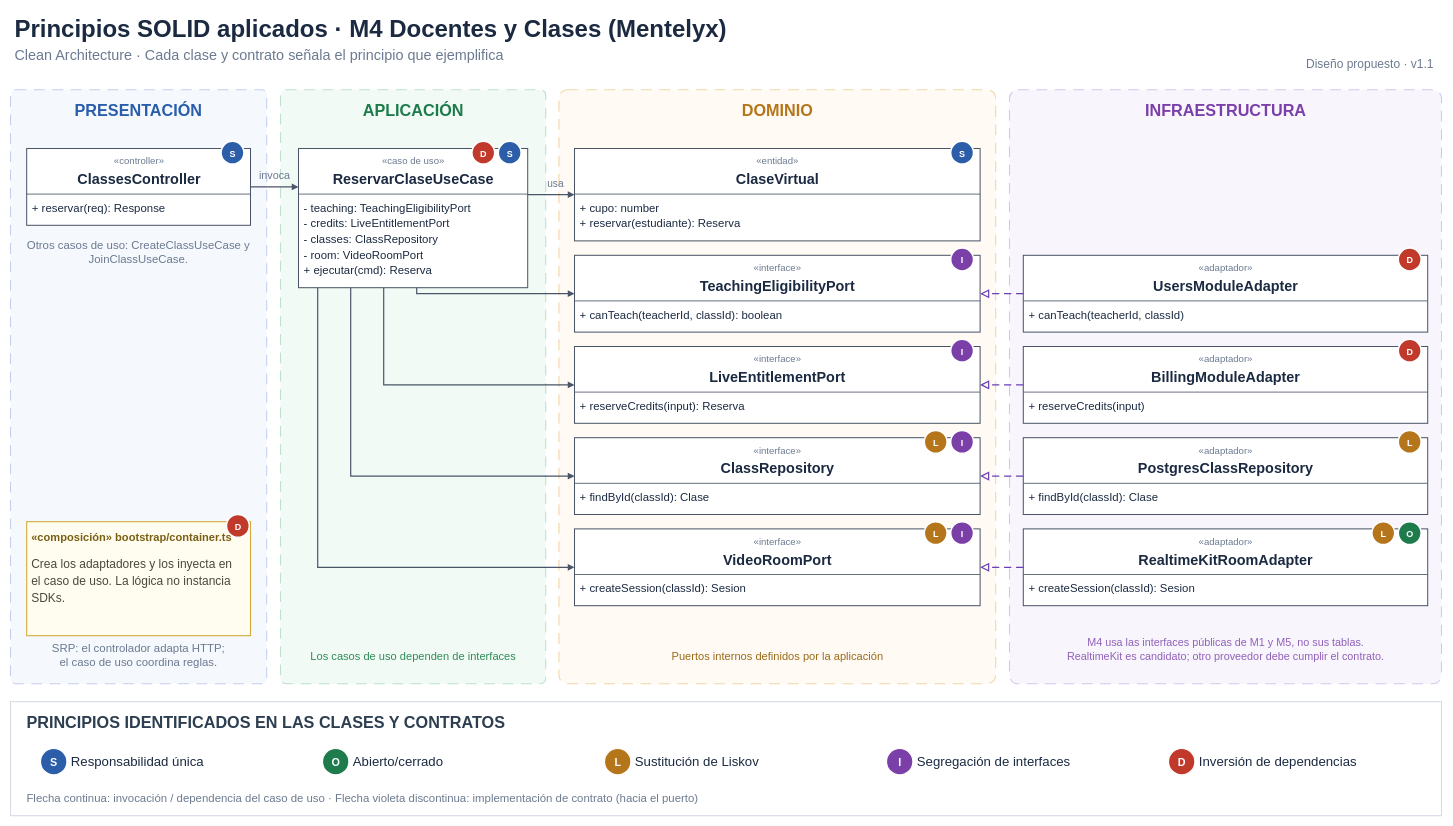
Earlier version of the draw.io diagram docs/img/fuente_drawio/principios-solid-m4.drawio (100robert/Mentelyx). Source tidied: cells renumbered, new cells numbered last; positions are measured from the earlier drawing's top-left corner, leaving out a move shared by most shapes. Both pictures are drawn from the tidied source at 60%, with x=0, y=0 at pixel (10, 10).
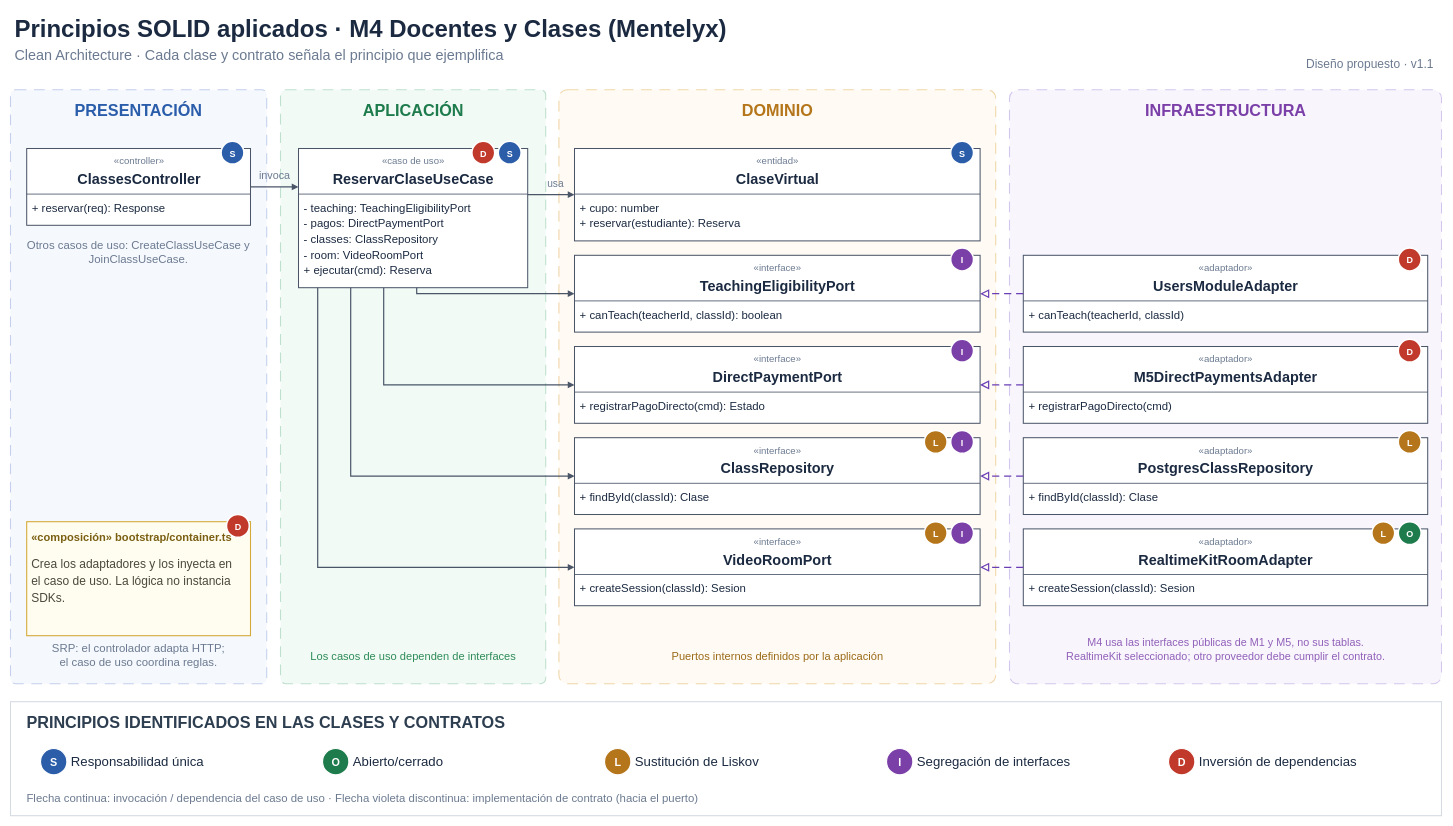
The same diagram, later.

Unchanged cells that the change refers to:
```xml
<mxCell id="13" style="rounded=0;arcSize=2;whiteSpace=wrap;html=1;fillColor=#FFFFFF;strokeColor=#4A5568;strokeWidth=1.7;fontFamily=Arial;align=center;verticalAlign=middle;spacingLeft=0;spacingRight=0;spacingTop=0;spacingBottom=0;" parent="1" vertex="1">
  <mxGeometry x="480" y="230" width="382" height="232" as="geometry" />
</mxCell>
<mxCell id="62" style="rounded=0;arcSize=2;whiteSpace=wrap;html=1;fillColor=#FFFFFF;strokeColor=#4A5568;strokeWidth=1.7;fontFamily=Arial;align=center;verticalAlign=middle;spacingLeft=0;spacingRight=0;spacingTop=0;spacingBottom=0;" parent="1" vertex="1">
  <mxGeometry x="940" y="560" width="676" height="128" as="geometry" />
</mxCell>
<mxCell id="102" style="rounded=0;arcSize=2;whiteSpace=wrap;html=1;fillColor=#FFFFFF;strokeColor=#4A5568;strokeWidth=1.7;fontFamily=Arial;align=center;verticalAlign=middle;spacingLeft=0;spacingRight=0;spacingTop=0;spacingBottom=0;" parent="1" vertex="1">
  <mxGeometry x="1688" y="560" width="674" height="128" as="geometry" />
</mxCell>
```

Diff of the diagram source:
```diff
@@
-    <mxCell id="17" value="- credits: LiveEntitlementPort" style="text;html=1;strokeColor=none;fillColor=none;align=left;verticalAlign=middle;whiteSpace=nowrap;spacing=0;fontSize=19;fontStyle=0;fontColor=#1B2A41;fontFamily=Arial;" parent="13" vertex="1">
+    <mxCell id="17" value="- pagos: DirectPaymentPort" style="text;html=1;strokeColor=none;fillColor=none;align=left;verticalAlign=middle;whiteSpace=nowrap;spacing=0;fontSize=19;fontStyle=0;fontColor=#1B2A41;fontFamily=Arial;" parent="13" vertex="1">
       <mxGeometry x="9" y="112.1" width="256.9" height="28.5" as="geometry" />
     </mxCell>
@@
-    <mxCell id="64" value="LiveEntitlementPort" style="text;html=1;strokeColor=none;fillColor=none;align=center;verticalAlign=middle;whiteSpace=nowrap;spacing=0;fontSize=24;fontStyle=1;fontColor=#1B2A41;fontFamily=Arial;" parent="62" vertex="1">
+    <mxCell id="64" value="DirectPaymentPort" style="text;html=1;strokeColor=none;fillColor=none;align=center;verticalAlign=middle;whiteSpace=nowrap;spacing=0;fontSize=24;fontStyle=1;fontColor=#1B2A41;fontFamily=Arial;" parent="62" vertex="1">
       <mxGeometry x="217.6" y="33.8" width="240.7" height="36" as="geometry" />
     </mxCell>
-    <mxCell id="65" value="+ reserveCredits(input): Reserva" style="text;html=1;strokeColor=none;fillColor=none;align=left;verticalAlign=middle;whiteSpace=nowrap;spacing=0;fontSize=19;fontStyle=0;fontColor=#1B2A41;fontFamily=Arial;" parent="62" vertex="1">
+    <mxCell id="65" value="+ registrarPagoDirecto(cmd): Estado" style="text;html=1;strokeColor=none;fillColor=none;align=left;verticalAlign=middle;whiteSpace=nowrap;spacing=0;fontSize=19;fontStyle=0;fontColor=#1B2A41;fontFamily=Arial;" parent="62" vertex="1">
       <mxGeometry x="9" y="86" width="289.1" height="28.5" as="geometry" />
     </mxCell>
@@
-    <mxCell id="104" value="BillingModuleAdapter" style="text;html=1;strokeColor=none;fillColor=none;align=center;verticalAlign=middle;whiteSpace=nowrap;spacing=0;fontSize=24;fontStyle=1;fontColor=#1B2A41;fontFamily=Arial;" parent="102" vertex="1">
+    <mxCell id="104" value="M5DirectPaymentsAdapter" style="text;html=1;strokeColor=none;fillColor=none;align=center;verticalAlign=middle;whiteSpace=nowrap;spacing=0;fontSize=24;fontStyle=1;fontColor=#1B2A41;fontFamily=Arial;" parent="102" vertex="1">
       <mxGeometry x="206" y="33.8" width="262" height="36" as="geometry" />
     </mxCell>
-    <mxCell id="105" value="+ reserveCredits(input)" style="text;html=1;strokeColor=none;fillColor=none;align=left;verticalAlign=middle;whiteSpace=nowrap;spacing=0;fontSize=19;fontStyle=0;fontColor=#1B2A41;fontFamily=Arial;" parent="102" vertex="1">
+    <mxCell id="105" value="+ registrarPagoDirecto(cmd)" style="text;html=1;strokeColor=none;fillColor=none;align=left;verticalAlign=middle;whiteSpace=nowrap;spacing=0;fontSize=19;fontStyle=0;fontColor=#1B2A41;fontFamily=Arial;" parent="102" vertex="1">
       <mxGeometry x="9" y="86" width="207.8" height="28.5" as="geometry" />
     </mxCell>
@@
-    <mxCell id="129" value="RealtimeKit es candidato; otro proveedor debe cumplir el contrato." style="text;html=1;strokeColor=none;fillColor=none;align=center;verticalAlign=middle;whiteSpace=nowrap;spacing=0;fontSize=18;fontStyle=0;fontColor=#9060B8;fontFamily=Arial;" parent="1" vertex="1">
+    <mxCell id="129" value="RealtimeKit seleccionado; otro proveedor debe cumplir el contrato." style="text;html=1;strokeColor=none;fillColor=none;align=center;verticalAlign=middle;whiteSpace=nowrap;spacing=0;fontSize=18;fontStyle=0;fontColor=#9060B8;fontFamily=Arial;" parent="1" vertex="1">
       <mxGeometry x="1753.9" y="1063.1" width="542.3" height="27" as="geometry" />
     </mxCell>
```
